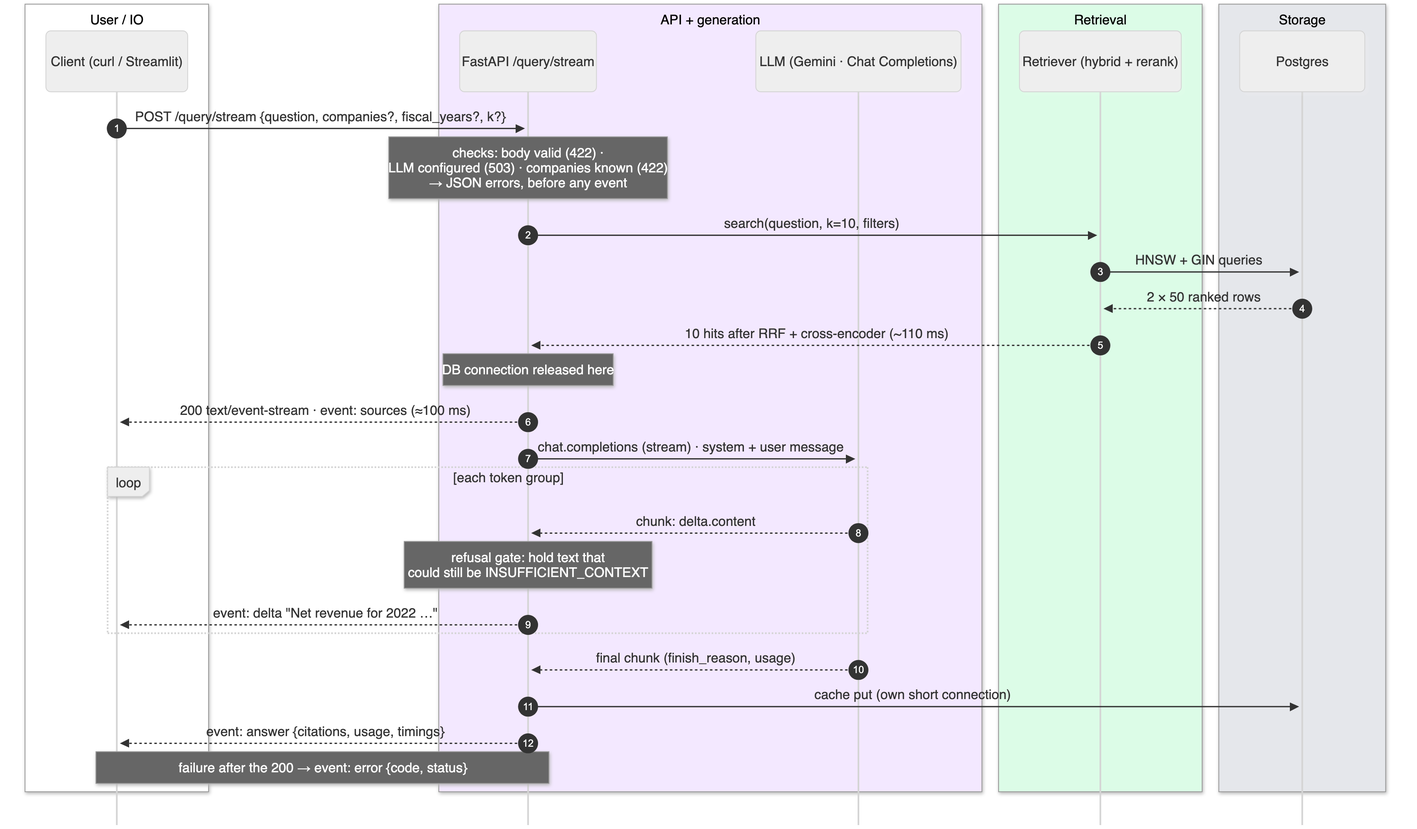
This is docs/diagrams/out/14-sse-sequence.png from Deoxy7/rag-assistant, a Mermaid export, as it was before one commit. Its source is kept beside it as docs/diagrams/src/14-sse-sequence.mmd.
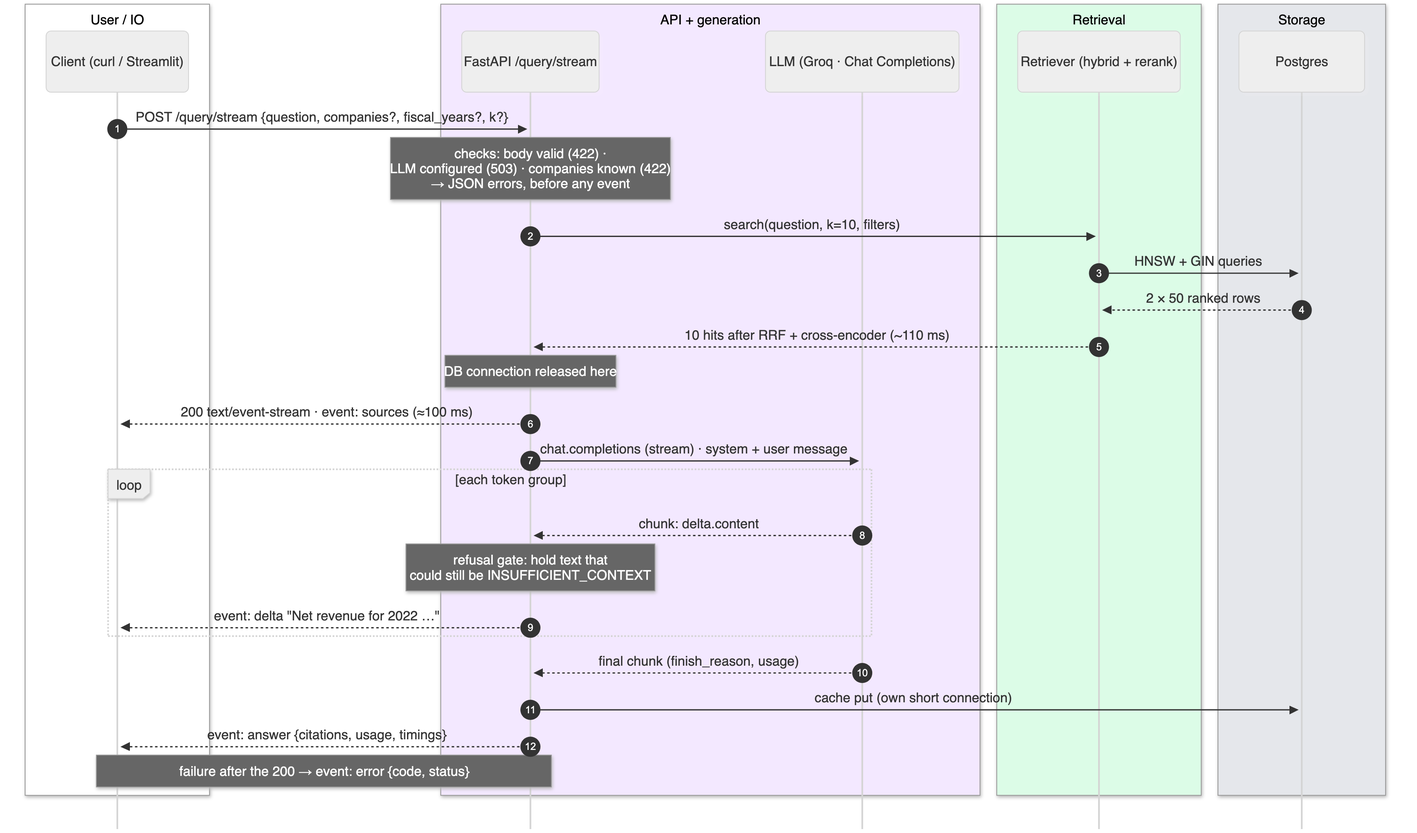
The same file after the commit.

Diff of the diagram source:
```diff
@@ -5,7 +5,7 @@
     end
     box rgb(243,232,255) API + generation
         participant A as FastAPI /query/stream
-        participant L as LLM (Gemini · Chat Completions)
+        participant L as LLM (Groq · Chat Completions)
     end
     box rgb(220,252,231) Retrieval
         participant R as Retriever (hybrid + rerank)
```
